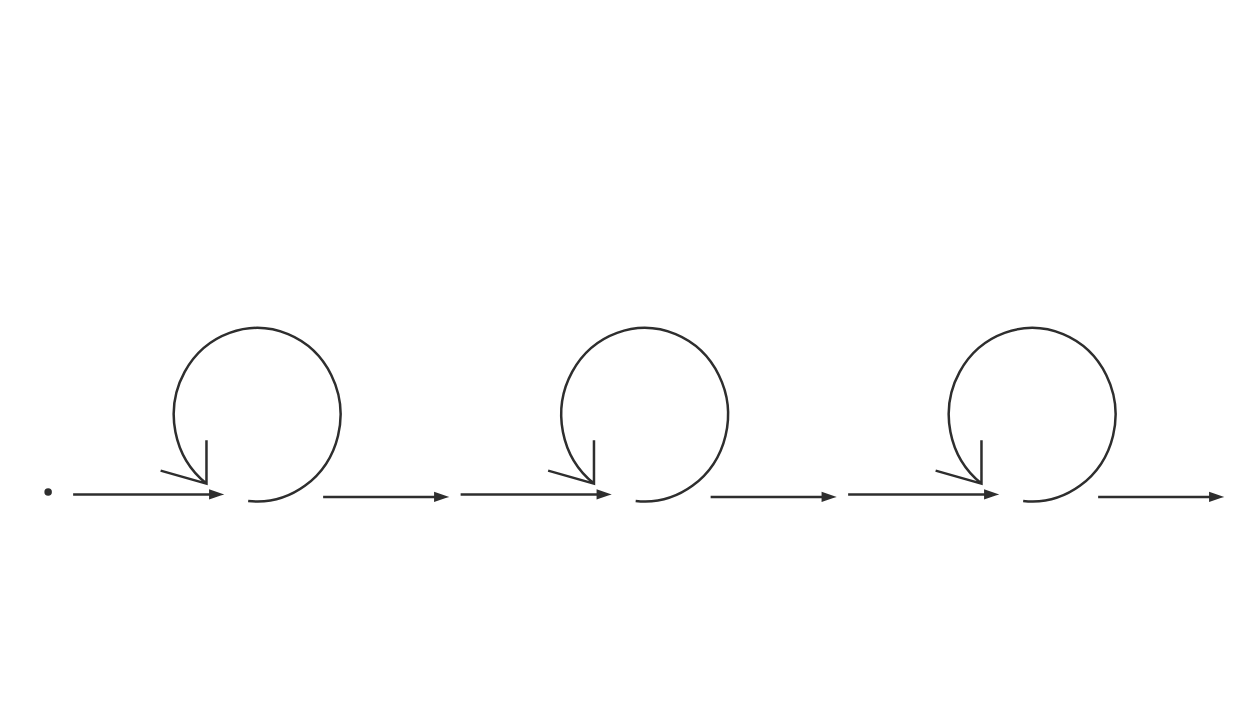
Earlier version of the draw.io diagram page "30" (6 of 15) of src/init.drawio (pegandoasmanhas/.init). Source tidied: cells renumbered, new cells numbered last; positions are measured from the earlier drawing's top-left corner, leaving out a move shared by most shapes. Both pictures are drawn from the tidied source at 125%, with x=0, y=0 at pixel (22, 318).
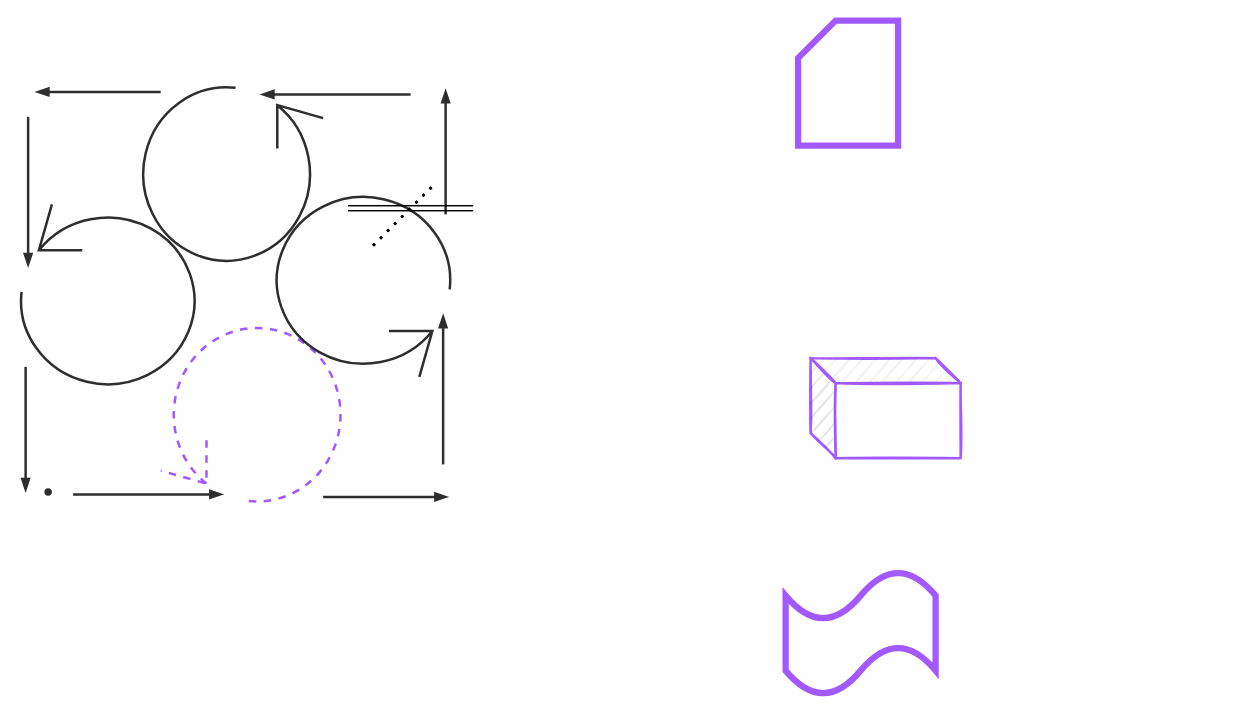
Above is the later version.

Change to the diagram source:
```diff
@@
-    <mxCell id="2" style="endArrow=blockThin;html=1;fontColor=#000000;strokeWidth=2;sketch=0;endFill=1;strokeColor=#2E2E2E;" parent="1" edge="1">
-      <mxGeometry x="830" y="522" as="geometry">
-        <mxPoint x="350" y="141" as="sourcePoint" />
-        <mxPoint x="470" y="141" as="targetPoint" />
-      </mxGeometry>
-    </mxCell>
-    <mxCell id="3" style="endArrow=blockThin;html=1;fontColor=#000000;strokeWidth=2;sketch=0;endFill=1;strokeColor=#2E2E2E;" parent="1" edge="1">
-      <mxGeometry x="830" y="526" as="geometry">
-        <mxPoint x="550" y="143" as="sourcePoint" />
-        <mxPoint x="650" y="143" as="targetPoint" />
-      </mxGeometry>
-    </mxCell>
-    <mxCell id="4" style="shape=mxgraph.bpmn.loop;html=1;fontColor=#000000;strokeWidth=2;fillColor=#00FFFF;rotation=0;sketch=0;shadow=0;strokeColor=#2E2E2E;" parent="1" vertex="1">
-      <mxGeometry x="420" width="150" height="150" as="geometry" />
-    </mxCell>
-    <mxCell id="5" style="endArrow=blockThin;html=1;fontColor=#000000;strokeWidth=2;sketch=0;endFill=1;strokeColor=#2E2E2E;" parent="1" edge="1">
-      <mxGeometry x="1140" y="522" as="geometry">
-        <mxPoint x="660" y="141" as="sourcePoint" />
-        <mxPoint x="780" y="141" as="targetPoint" />
-      </mxGeometry>
-    </mxCell>
-    <mxCell id="6" style="endArrow=blockThin;html=1;fontColor=#000000;strokeWidth=2;sketch=0;endFill=1;strokeColor=#2E2E2E;" parent="1" edge="1">
-      <mxGeometry x="1140" y="526" as="geometry">
-        <mxPoint x="860" y="143" as="sourcePoint" />
-        <mxPoint x="960" y="143" as="targetPoint" />
-      </mxGeometry>
-    </mxCell>
-    <mxCell id="7" style="shape=mxgraph.bpmn.loop;html=1;fontColor=#000000;strokeWidth=2;fillColor=#00FFFF;rotation=0;sketch=0;shadow=0;strokeColor=#2E2E2E;" parent="1" vertex="1">
-      <mxGeometry x="730" width="150" height="150" as="geometry" />
-    </mxCell>
@@
-    <mxCell id="10" style="shape=mxgraph.bpmn.loop;html=1;fontColor=#000000;strokeWidth=2;fillColor=#00FFFF;rotation=0;sketch=0;shadow=0;strokeColor=#2E2E2E;" parent="1" vertex="1">
+    <mxCell id="10" style="shape=mxgraph.bpmn.loop;html=1;fontColor=#000000;strokeWidth=2;fillColor=#00FFFF;rotation=0;sketch=0;shadow=0;gradientColor=#ffffff;strokeColor=#A259FF;dashed=1;" parent="1" vertex="1">
       <mxGeometry x="110" width="150" height="150" as="geometry" />
     </mxCell>
@@
+    <mxCell id="12" style="group;rotation=-90;" parent="1" vertex="1">
+      <mxGeometry x="120" y="-108" width="300" height="150" as="geometry" />
+    </mxCell>
+    <mxCell id="2" style="endArrow=blockThin;html=1;fontColor=#000000;strokeWidth=2;sketch=0;endFill=1;strokeColor=#2E2E2E;" parent="12" edge="1">
+      <mxGeometry x="79" y="175" as="geometry">
+        <mxPoint x="216" y="225" as="sourcePoint" />
+        <mxPoint x="216" y="105" as="targetPoint" />
+      </mxGeometry>
+    </mxCell>
+    <mxCell id="3" style="endArrow=blockThin;html=1;fontColor=#000000;strokeWidth=2;sketch=0;endFill=1;strokeColor=#2E2E2E;" parent="12" edge="1">
+      <mxGeometry x="83" y="175" as="geometry">
+        <mxPoint x="218" y="25" as="sourcePoint" />
+        <mxPoint x="218" y="-75" as="targetPoint" />
+      </mxGeometry>
+    </mxCell>
+    <mxCell id="4" style="shape=mxgraph.bpmn.loop;html=1;fontColor=#000000;strokeWidth=2;fillColor=#00FFFF;rotation=-90;sketch=0;shadow=0;strokeColor=#2E2E2E;" parent="12" vertex="1">
+      <mxGeometry x="75" y="5" width="150" height="150" as="geometry" />
+    </mxCell>
+    <mxCell id="13" style="group;rotation=-180;" parent="1" vertex="1">
+      <mxGeometry x="10" y="-188" width="300" height="150" as="geometry" />
+    </mxCell>
+    <mxCell id="5" style="endArrow=blockThin;html=1;fontColor=#000000;strokeWidth=2;sketch=0;endFill=1;strokeColor=#2E2E2E;" parent="13" edge="1">
+      <mxGeometry x="250" y="96" as="geometry">
+        <mxPoint x="300" y="9" as="sourcePoint" />
+        <mxPoint x="180" y="9" as="targetPoint" />
+      </mxGeometry>
+    </mxCell>
+    <mxCell id="6" style="endArrow=blockThin;html=1;fontColor=#000000;strokeWidth=2;sketch=0;endFill=1;strokeColor=#2E2E2E;" parent="13" edge="1">
+      <mxGeometry x="250" y="92" as="geometry">
+        <mxPoint x="100" y="7" as="sourcePoint" />
+        <mxPoint y="7" as="targetPoint" />
+      </mxGeometry>
+    </mxCell>
+    <mxCell id="7" style="shape=mxgraph.bpmn.loop;html=1;fontColor=#000000;strokeWidth=2;fillColor=#00FFFF;rotation=-180;sketch=0;shadow=0;strokeColor=#2E2E2E;" parent="13" vertex="1">
+      <mxGeometry x="80" width="150" height="150" as="geometry" />
+    </mxCell>
+    <mxCell id="14" style="group;rotation=90;" parent="1" vertex="1">
+      <mxGeometry x="-80" y="-86" width="300" height="150" as="geometry" />
+    </mxCell>
+    <mxCell id="15" style="endArrow=blockThin;html=1;fontColor=#000000;strokeWidth=2;sketch=0;endFill=1;strokeColor=#2E2E2E;" parent="14" edge="1">
+      <mxGeometry x="171" y="-75" as="geometry">
+        <mxPoint x="84" y="-75" as="sourcePoint" />
+        <mxPoint x="84" y="45" as="targetPoint" />
+      </mxGeometry>
+    </mxCell>
+    <mxCell id="16" style="endArrow=blockThin;html=1;fontColor=#000000;strokeWidth=2;sketch=0;endFill=1;strokeColor=#2E2E2E;" parent="14" edge="1">
+      <mxGeometry x="167" y="-75" as="geometry">
+        <mxPoint x="82" y="125" as="sourcePoint" />
+        <mxPoint x="82" y="225" as="targetPoint" />
+      </mxGeometry>
+    </mxCell>
+    <mxCell id="17" style="shape=mxgraph.bpmn.loop;html=1;fontColor=#000000;strokeWidth=2;fillColor=#00FFFF;rotation=90;sketch=0;shadow=0;strokeColor=#2E2E2E;" parent="14" vertex="1">
+      <mxGeometry x="75" y="-5" width="150" height="150" as="geometry" />
+    </mxCell>
+    <mxCell id="18" style="endArrow=none;dashed=1;html=1;dashPattern=1 3;strokeWidth=2;" parent="1" edge="1">
+      <mxGeometry relative="1" as="geometry">
+        <mxPoint x="280" y="-58" as="sourcePoint" />
+        <mxPoint x="330" y="-108" as="targetPoint" />
+      </mxGeometry>
+    </mxCell>
+    <mxCell id="19" style="endArrow=none;dashed=1;html=1;dashPattern=1 3;strokeWidth=2;" parent="1" edge="1">
+      <mxGeometry relative="1" as="geometry">
+        <mxPoint x="280" y="-58" as="sourcePoint" />
+        <mxPoint x="330" y="-108" as="targetPoint" />
+      </mxGeometry>
+    </mxCell>
+    <mxCell id="20" style="endArrow=none;dashed=1;html=1;dashPattern=1 3;strokeWidth=2;" parent="1" edge="1">
+      <mxGeometry relative="1" as="geometry">
+        <mxPoint x="280" y="-58" as="sourcePoint" />
+        <mxPoint x="330" y="-108" as="targetPoint" />
+      </mxGeometry>
+    </mxCell>
+    <mxCell id="21" style="shape=link;html=1;" parent="1" edge="1">
+      <mxGeometry relative="1" as="geometry">
+        <mxPoint x="260" y="-88" as="sourcePoint" />
+        <mxPoint x="360" y="-88" as="targetPoint" />
+      </mxGeometry>
+    </mxCell>
+    <mxCell id="22" style="shape=link;html=1;" parent="1" edge="1">
+      <mxGeometry relative="1" as="geometry">
+        <mxPoint x="260" y="-88" as="sourcePoint" />
+        <mxPoint x="360" y="-88" as="targetPoint" />
+      </mxGeometry>
+    </mxCell>
+    <mxCell id="23" style="shape=tape;whiteSpace=wrap;html=1;strokeColor=#A259FF;strokeWidth=5;fillColor=none;gradientColor=none;" parent="1" vertex="1">
+      <mxGeometry x="610" y="202" width="120" height="100" as="geometry" />
+    </mxCell>
+    <mxCell id="24" style="shape=card;whiteSpace=wrap;html=1;strokeColor=#A259FF;strokeWidth=5;fillColor=none;gradientColor=none;" parent="1" vertex="1">
+      <mxGeometry x="620" y="-238" width="80" height="100" as="geometry" />
+    </mxCell>
+    <mxCell id="25" style="shape=cube;whiteSpace=wrap;html=1;boundedLbl=1;backgroundOutline=1;darkOpacity=0.05;darkOpacity2=0.1;strokeColor=#A259FF;strokeWidth=2;fillColor=none;gradientColor=none;shadow=0;sketch=1;" parent="1" vertex="1">
+      <mxGeometry x="630" y="32" width="120" height="80" as="geometry" />
+    </mxCell>
```
